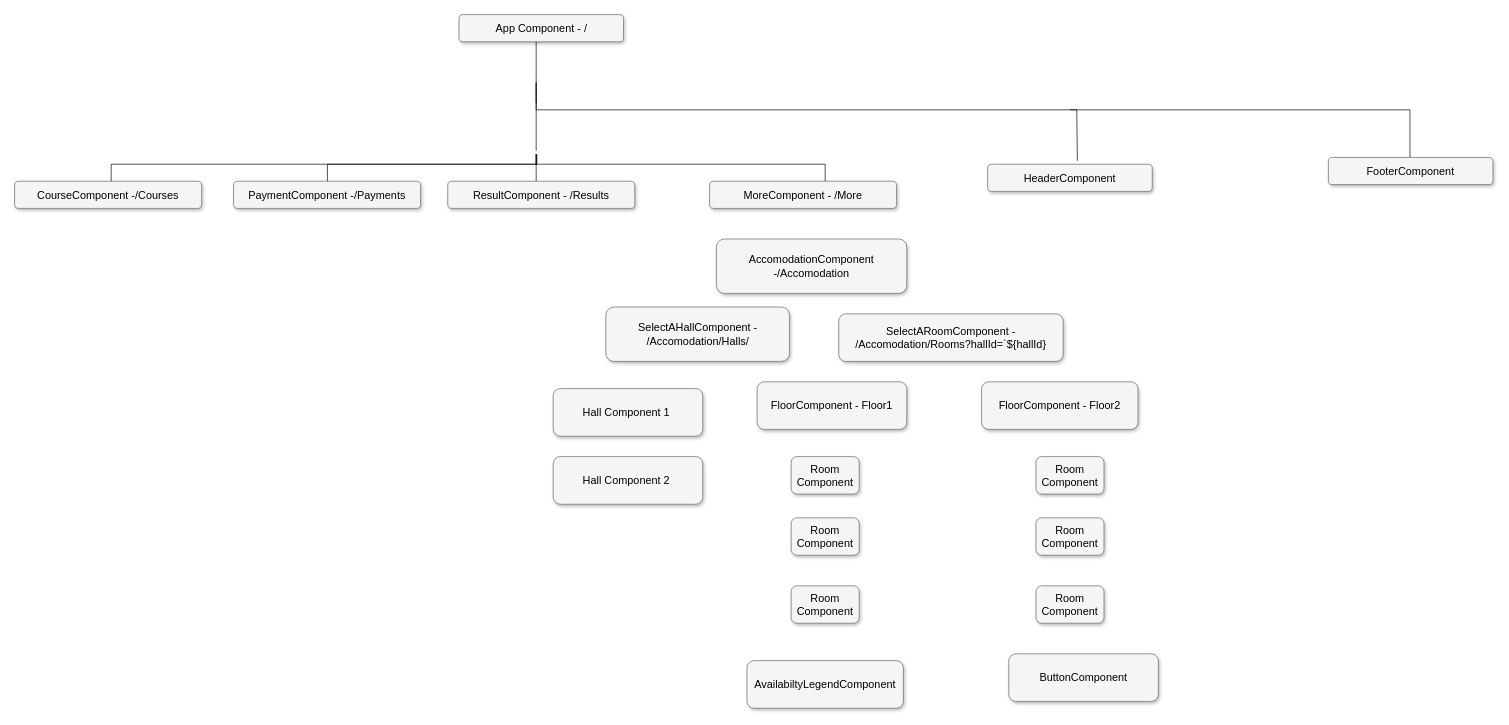
This is content/Untitled Diagram.drawio from MadeByIbukunoluwa/temp-repo, a draw.io file, before an edit. Source tidied: cells renumbered, new cells numbered last; positions are measured from the earlier drawing's top-left corner, leaving out a move shared by most shapes. Both pictures are drawn from the tidied source at 68%, with x=0, y=0 at pixel (14, 14).
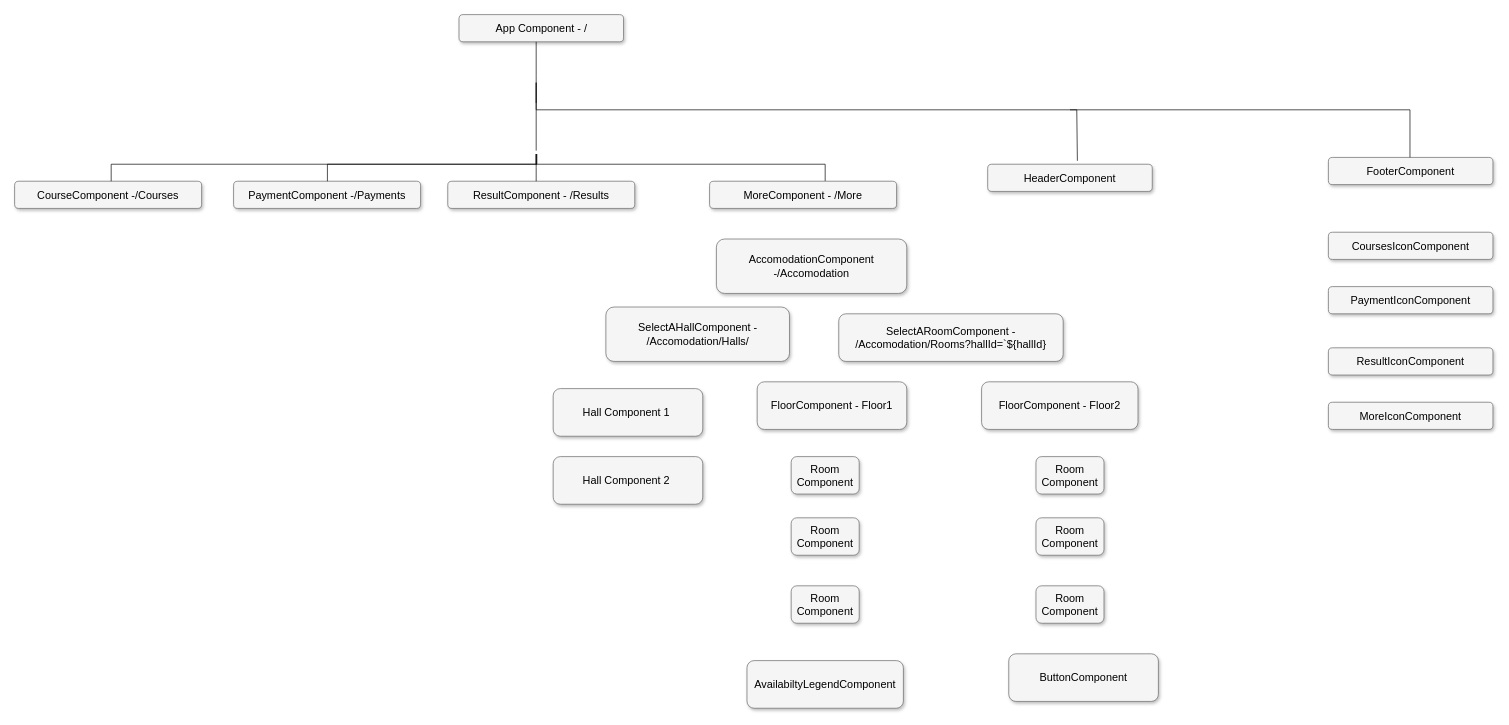
After the change.

Commit message:
addded footer child components

Diff of the diagram source:
```diff
@@
+    <mxCell id="37" value="ResultIconComponent" style="whiteSpace=wrap;html=1;rounded=1;shadow=1;strokeWidth=1;fontSize=16;align=center;fillColor=#f5f5f5;strokeColor=#666666;" parent="1" vertex="1">
+      <mxGeometry x="1932" y="490" width="242" height="40" as="geometry" />
+    </mxCell>
+    <mxCell id="38" value="PaymentIconComponent" style="whiteSpace=wrap;html=1;rounded=1;shadow=1;strokeWidth=1;fontSize=16;align=center;fillColor=#f5f5f5;strokeColor=#666666;" parent="1" vertex="1">
+      <mxGeometry x="1932" y="400" width="242" height="40" as="geometry" />
+    </mxCell>
+    <mxCell id="39" value="CoursesIconComponent" style="whiteSpace=wrap;html=1;rounded=1;shadow=1;strokeWidth=1;fontSize=16;align=center;fillColor=#f5f5f5;strokeColor=#666666;" parent="1" vertex="1">
+      <mxGeometry x="1932" y="320" width="242" height="40" as="geometry" />
+    </mxCell>
+    <mxCell id="40" value="MoreIconComponent" style="whiteSpace=wrap;html=1;rounded=1;shadow=1;strokeWidth=1;fontSize=16;align=center;fillColor=#f5f5f5;strokeColor=#666666;" parent="1" vertex="1">
+      <mxGeometry x="1932" y="570" width="242" height="40" as="geometry" />
+    </mxCell>
```
